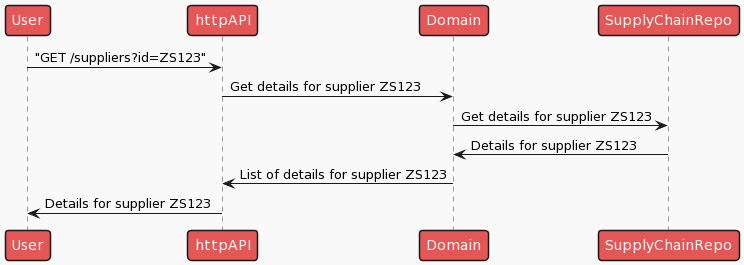
elliepriestley/sedex-supply-chain-project keeps this PlantUML diagram as diagrams/part-2/sequence_diagram_part_2.png. Above is the earlier version. Source of this version:
```plantuml
@startuml
!theme mars

User -> httpAPI : "GET /suppliers?id=ZS123"

httpAPI -> Domain : Get details for supplier ZS123

Domain -> SupplyChainRepo: Get details for supplier ZS123

SupplyChainRepo -> Domain: Details for supplier ZS123

Domain -> httpAPI: List of details for supplier ZS123

httpAPI -> User: Details for supplier ZS123
@enduml
```
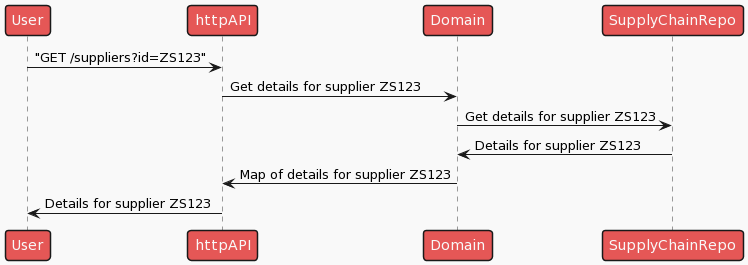
Above is the later version.

Commit message:
Implemented steel thread and built skeleton of new functions for part-2 (returning supplier details by supplier id). Updated sequence diagram part 2 to reflect details coming back as Map, not List.

The edit, as a diff of the source:
```diff
@@ -9,7 +9,7 @@
 
 SupplyChainRepo -> Domain: Details for supplier ZS123
 
-Domain -> httpAPI: List of details for supplier ZS123
+Domain -> httpAPI: Map of details for supplier ZS123
 
 httpAPI -> User: Details for supplier ZS123
 @enduml
```
